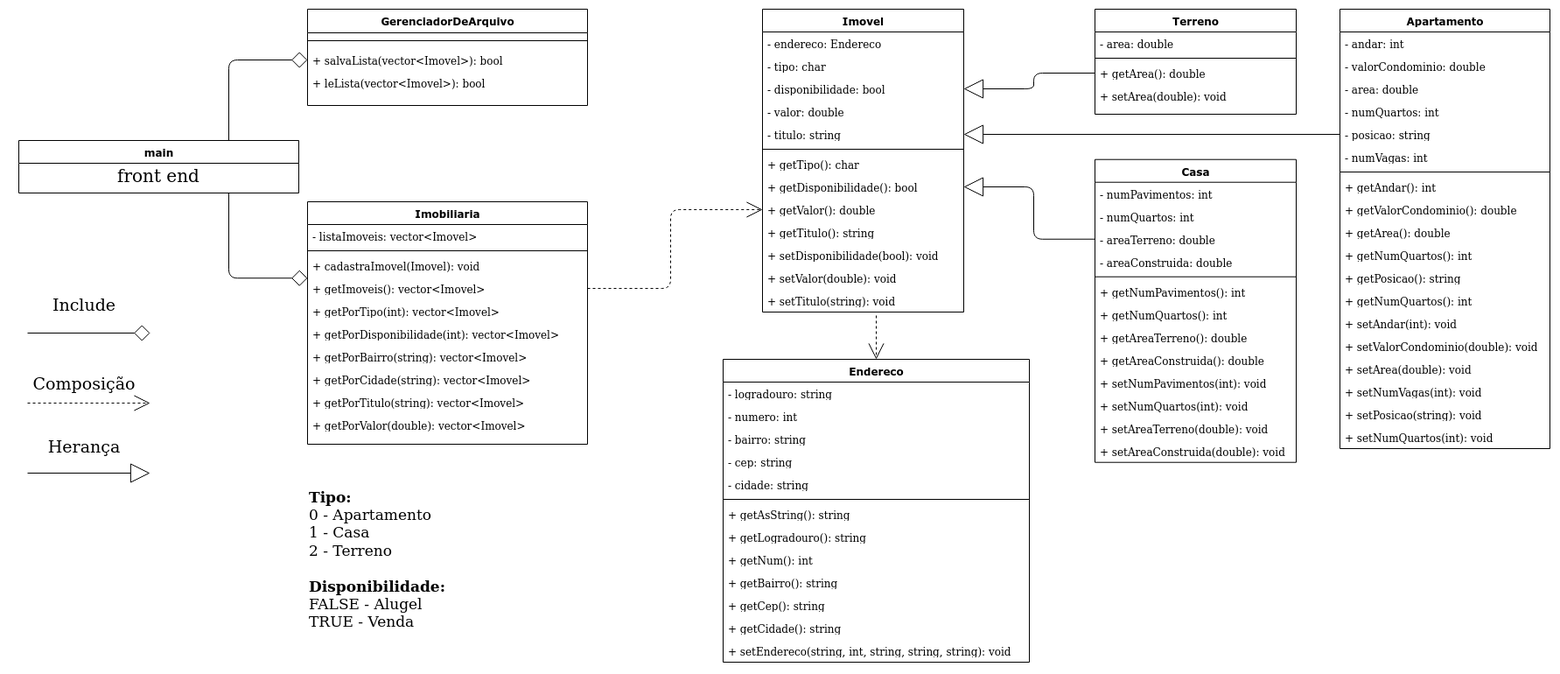
francisccdn/crud-imobiliaria-llp1 keeps this draw.io diagram as Object_Oriented/ImobiliariaC++.png. Above is the earlier version. Source tidied: cells renumbered, new cells last; positions are measured from the earlier drawing's top-left corner, leaving out a move shared by most shapes.
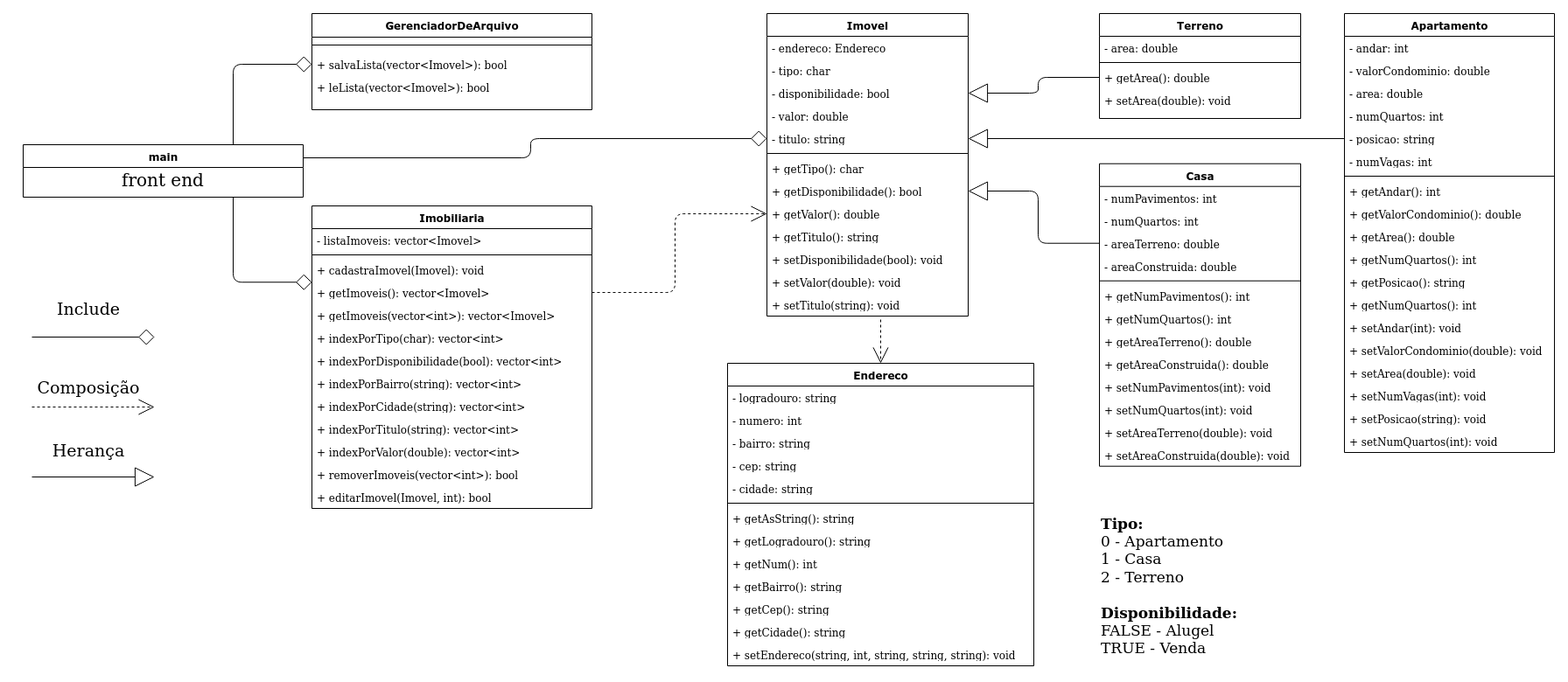
Later version of the same file.

Commit message:
Imobiliaria header

Change to the diagram source:
```diff
@@ -3,7 +3,7 @@
     <mxCell id="0" />
     <mxCell id="1" parent="0" />
     <mxCell id="2" value="Imobiliaria" style="swimlane;html=1;fontStyle=1;align=center;verticalAlign=top;horizontal=1;startSize=26;swimlaneFillColor=#ffffff;rounded=0;shadow=0;comic=0;labelBackgroundColor=none;strokeWidth=1;fillColor=none;fontFamily=Verdana;fontSize=12;" parent="1" vertex="1">
-      <mxGeometry x="330" y="220" width="320" height="277" as="geometry" />
+      <mxGeometry x="330" y="220" width="320" height="346" as="geometry" />
     </mxCell>
     <mxCell id="3" value="- listaImoveis: vector&amp;lt;Imovel&amp;gt; " style="text;html=1;strokeColor=none;fillColor=none;align=left;verticalAlign=top;spacingLeft=4;spacingRight=4;whiteSpace=wrap;overflow=hidden;" parent="2" vertex="1">
       <mxGeometry y="26" width="320" height="26" as="geometry" />
@@ -17,24 +17,33 @@
     <mxCell id="6" value="+ getImoveis(): vector&amp;lt;Imovel&amp;gt;" style="text;html=1;strokeColor=none;fillColor=none;align=left;verticalAlign=top;spacingLeft=4;spacingRight=4;whiteSpace=wrap;overflow=hidden;points=[[0,0.5],[1,0.5]];portConstraint=eastwest;" parent="2" vertex="1">
       <mxGeometry y="86" width="320" height="26" as="geometry" />
     </mxCell>
-    <mxCell id="7" value="+ getPorTipo(int): vector&amp;lt;Imovel&amp;gt; " style="text;html=1;strokeColor=none;fillColor=none;align=left;verticalAlign=top;spacingLeft=4;spacingRight=4;whiteSpace=wrap;overflow=hidden;" parent="2" vertex="1">
-      <mxGeometry y="112" width="320" height="26" as="geometry" />
-    </mxCell>
-    <mxCell id="8" value="+ getPorDisponibilidade(int): vector&amp;lt;Imovel&amp;gt;" style="text;html=1;strokeColor=none;fillColor=none;align=left;verticalAlign=top;spacingLeft=4;spacingRight=4;whiteSpace=wrap;overflow=hidden;" parent="2" vertex="1">
-      <mxGeometry y="138" width="320" height="26" as="geometry" />
-    </mxCell>
-    <mxCell id="9" value="+ getPorBairro(string): vector&amp;lt;Imovel&amp;gt;" style="text;html=1;strokeColor=none;fillColor=none;align=left;verticalAlign=top;spacingLeft=4;spacingRight=4;whiteSpace=wrap;overflow=hidden;" parent="2" vertex="1">
-      <mxGeometry y="164" width="320" height="26" as="geometry" />
-    </mxCell>
-    <mxCell id="10" value="+ getPorCidade(string): vector&amp;lt;Imovel&amp;gt;" style="text;html=1;strokeColor=none;fillColor=none;align=left;verticalAlign=top;spacingLeft=4;spacingRight=4;whiteSpace=wrap;overflow=hidden;" parent="2" vertex="1">
-      <mxGeometry y="190" width="320" height="26" as="geometry" />
-    </mxCell>
-    <mxCell id="11" value="+ getPorTitulo(string): vector&amp;lt;Imovel&amp;gt;" style="text;html=1;strokeColor=none;fillColor=none;align=left;verticalAlign=top;spacingLeft=4;spacingRight=4;whiteSpace=wrap;overflow=hidden;" parent="2" vertex="1">
-      <mxGeometry y="216" width="320" height="26" as="geometry" />
-    </mxCell>
-    <mxCell id="12" value="+ getPorValor(double): vector&amp;lt;Imovel&amp;gt;" style="text;html=1;strokeColor=none;fillColor=none;align=left;verticalAlign=top;spacingLeft=4;spacingRight=4;whiteSpace=wrap;overflow=hidden;" parent="2" vertex="1">
-      <mxGeometry y="242" width="320" height="26" as="geometry" />
-    </mxCell>
+    <mxCell id="100" value="+ getImoveis(vector&amp;lt;int&amp;gt;): vector&amp;lt;Imovel&amp;gt;" style="text;html=1;strokeColor=none;fillColor=none;align=left;verticalAlign=top;spacingLeft=4;spacingRight=4;whiteSpace=wrap;overflow=hidden;" parent="2" vertex="1">
+      <mxGeometry y="112" width="320" height="26" as="geometry" />
+    </mxCell>
+    <mxCell id="101" value="+ indexPorTipo(char): vector&amp;lt;int&amp;gt; " style="text;html=1;strokeColor=none;fillColor=none;align=left;verticalAlign=top;spacingLeft=4;spacingRight=4;whiteSpace=wrap;overflow=hidden;" parent="2" vertex="1">
+      <mxGeometry y="138" width="320" height="26" as="geometry" />
+    </mxCell>
+    <mxCell id="102" value="+ indexPorDisponibilidade(bool): vector&amp;lt;int&amp;gt;" style="text;html=1;strokeColor=none;fillColor=none;align=left;verticalAlign=top;spacingLeft=4;spacingRight=4;whiteSpace=wrap;overflow=hidden;" parent="2" vertex="1">
+      <mxGeometry y="164" width="320" height="26" as="geometry" />
+    </mxCell>
+    <mxCell id="103" value="+ indexPorBairro(string): vector&amp;lt;int&amp;gt;" style="text;html=1;strokeColor=none;fillColor=none;align=left;verticalAlign=top;spacingLeft=4;spacingRight=4;whiteSpace=wrap;overflow=hidden;" parent="2" vertex="1">
+      <mxGeometry y="190" width="320" height="26" as="geometry" />
+    </mxCell>
+    <mxCell id="104" value="+ indexPorCidade(string): vector&amp;lt;int&amp;gt;" style="text;html=1;strokeColor=none;fillColor=none;align=left;verticalAlign=top;spacingLeft=4;spacingRight=4;whiteSpace=wrap;overflow=hidden;" parent="2" vertex="1">
+      <mxGeometry y="216" width="320" height="26" as="geometry" />
+    </mxCell>
+    <mxCell id="105" value="+ indexPorTitulo(string): vector&amp;lt;int&amp;gt;" style="text;html=1;strokeColor=none;fillColor=none;align=left;verticalAlign=top;spacingLeft=4;spacingRight=4;whiteSpace=wrap;overflow=hidden;" parent="2" vertex="1">
+      <mxGeometry y="242" width="320" height="26" as="geometry" />
+    </mxCell>
+    <mxCell id="106" value="+ indexPorValor(double): vector&amp;lt;int&amp;gt;" style="text;html=1;strokeColor=none;fillColor=none;align=left;verticalAlign=top;spacingLeft=4;spacingRight=4;whiteSpace=wrap;overflow=hidden;" parent="2" vertex="1">
+      <mxGeometry y="268" width="320" height="26" as="geometry" />
+    </mxCell>
+    <mxCell id="107" value="+ removerImoveis(vector&amp;lt;int&amp;gt;): bool" style="text;html=1;strokeColor=none;fillColor=none;align=left;verticalAlign=top;spacingLeft=4;spacingRight=4;whiteSpace=wrap;overflow=hidden;" parent="2" vertex="1">
+      <mxGeometry y="294" width="320" height="26" as="geometry" />
+    </mxCell>
+    <mxCell id="108" value="+ editarImovel(Imovel, int): bool" style="text;html=1;strokeColor=none;fillColor=none;align=left;verticalAlign=top;spacingLeft=4;spacingRight=4;whiteSpace=wrap;overflow=hidden;" parent="2" vertex="1">
+      <mxGeometry y="320" width="320" height="26" as="geometry" />
+    </mxCell>
     <mxCell id="13" value="Imovel" style="swimlane;html=1;fontStyle=1;align=center;verticalAlign=top;horizontal=1;startSize=26;swimlaneFillColor=#ffffff;rounded=0;shadow=0;comic=0;labelBackgroundColor=none;strokeWidth=1;fillColor=none;fontFamily=Verdana;fontSize=12;" parent="1" vertex="1">
       <mxGeometry x="850" width="230" height="346" as="geometry" />
     </mxCell>
@@ -242,6 +251,9 @@
     <mxCell id="81" style="edgeStyle=orthogonalEdgeStyle;rounded=1;jettySize=auto;html=1;exitX=0.75;exitY=1;exitDx=0;exitDy=0;entryX=0;entryY=0.049;entryDx=0;entryDy=0;entryPerimeter=0;endArrow=diamond;endFill=0;endSize=16;" parent="1" edge="1" source="82" target="6">
       <mxGeometry relative="1" as="geometry" />
     </mxCell>
+    <mxCell id="109" style="edgeStyle=orthogonalEdgeStyle;rounded=1;jettySize=auto;html=1;exitX=1;exitY=0.25;exitDx=0;exitDy=0;entryX=0;entryY=0.5;entryDx=0;entryDy=0;endArrow=diamond;endFill=0;endSize=16;" parent="1" edge="1" source="82" target="18">
+      <mxGeometry relative="1" as="geometry" />
+    </mxCell>
     <mxCell id="82" value="main" style="swimlane;html=1;fontStyle=1;align=center;verticalAlign=top;horizontal=1;startSize=26;swimlaneFillColor=#ffffff;rounded=0;shadow=0;comic=0;labelBackgroundColor=none;strokeWidth=1;fillColor=none;fontFamily=Verdana;fontSize=12;" parent="1" vertex="1">
       <mxGeometry y="150" width="320" height="60" as="geometry" />
     </mxCell>
@@ -272,29 +284,29 @@
     <mxCell id="91" style="edgeStyle=orthogonalEdgeStyle;rounded=1;jettySize=auto;html=1;exitX=0;exitY=0.5;exitDx=0;exitDy=0;endArrow=block;endFill=0;endSize=20;" parent="1" edge="1" source="30" target="21">
       <mxGeometry relative="1" as="geometry" />
     </mxCell>
-    <mxCell id="92" style="endArrow=open;html=1;endSize=16;endFill=0;dashed=1;entryX=0.5;entryY=0;entryDx=0;entryDy=0;" parent="1" edge="1" target="66">
-      <mxGeometry relative="1" as="geometry">
-        <mxPoint x="980" y="350" as="sourcePoint" />
-      </mxGeometry>
-    </mxCell>
-    <mxCell id="93" style="edgeStyle=orthogonalEdgeStyle;rounded=1;orthogonalLoop=1;jettySize=auto;html=1;endArrow=diamond;endFill=0;endSize=16;" parent="1" edge="1">
-      <mxGeometry relative="1" as="geometry">
-        <mxPoint x="10" y="370" as="sourcePoint" />
-        <mxPoint x="150" y="370" as="targetPoint" />
-      </mxGeometry>
-    </mxCell>
-    <mxCell id="94" style="endArrow=open;html=1;dashed=1;endFill=0;endSize=16;" parent="1" edge="1">
-      <mxGeometry relative="1" as="geometry">
-        <mxPoint x="10" y="450" as="sourcePoint" />
-        <mxPoint x="150" y="450" as="targetPoint" />
-      </mxGeometry>
-    </mxCell>
-    <mxCell id="95" style="endArrow=block;html=1;endFill=0;strokeWidth=1;endSize=20;" parent="1" edge="1">
-      <mxGeometry relative="1" as="geometry">
-        <mxPoint x="10" y="530" as="sourcePoint" />
-        <mxPoint x="150" y="530" as="targetPoint" />
-      </mxGeometry>
-    </mxCell>
+    <mxCell id="110" style="endArrow=open;html=1;endSize=16;endFill=0;dashed=1;entryX=0.5;entryY=0;entryDx=0;entryDy=0;" parent="1" edge="1" target="66">
+      <mxGeometry relative="1" as="geometry">
+        <mxPoint x="980" y="350" as="sourcePoint" />
+      </mxGeometry>
+    </mxCell>
+    <mxCell id="111" style="edgeStyle=orthogonalEdgeStyle;rounded=1;orthogonalLoop=1;jettySize=auto;html=1;endArrow=diamond;endFill=0;endSize=16;" parent="1" edge="1">
+      <mxGeometry relative="1" as="geometry">
+        <mxPoint x="10" y="370" as="sourcePoint" />
+        <mxPoint x="150" y="370" as="targetPoint" />
+      </mxGeometry>
+    </mxCell>
+    <mxCell id="112" style="endArrow=open;html=1;dashed=1;endFill=0;endSize=16;" parent="1" edge="1">
+      <mxGeometry relative="1" as="geometry">
+        <mxPoint x="10" y="450" as="sourcePoint" />
+        <mxPoint x="150" y="450" as="targetPoint" />
+      </mxGeometry>
+    </mxCell>
+    <mxCell id="113" style="endArrow=block;html=1;endFill=0;strokeWidth=1;endSize=20;" parent="1" edge="1">
+      <mxGeometry relative="1" as="geometry">
+        <mxPoint x="10" y="530" as="sourcePoint" />
+        <mxPoint x="150" y="530" as="targetPoint" />
+      </mxGeometry>
+    </mxCell>
     <mxCell id="96" value="Include" style="text;html=1;strokeColor=none;fillColor=none;align=center;verticalAlign=middle;whiteSpace=wrap;rounded=0;fontSize=19;" parent="1" vertex="1">
       <mxGeometry x="10" y="320" width="130" height="36" as="geometry" />
     </mxCell>
@@ -305,7 +317,7 @@
       <mxGeometry x="10" y="481.7" width="130" height="36" as="geometry" />
     </mxCell>
     <mxCell id="99" value="&lt;div style=&quot;font-size: 17px&quot; align=&quot;left&quot;&gt;&lt;font style=&quot;font-size: 17px&quot;&gt;&lt;b&gt;Tipo:&lt;/b&gt;&lt;br&gt;&lt;/font&gt;&lt;/div&gt;&lt;div style=&quot;font-size: 17px&quot; align=&quot;left&quot;&gt;&lt;font style=&quot;font-size: 17px&quot;&gt;0 - Apartamento&lt;/font&gt;&lt;/div&gt;&lt;div style=&quot;font-size: 17px&quot; align=&quot;left&quot;&gt;&lt;font style=&quot;font-size: 17px&quot;&gt;1 - Casa&lt;/font&gt;&lt;/div&gt;&lt;div style=&quot;font-size: 17px&quot; align=&quot;left&quot;&gt;&lt;font style=&quot;font-size: 17px&quot;&gt;2 - Terreno&lt;/font&gt;&lt;/div&gt;&lt;div style=&quot;font-size: 17px&quot; align=&quot;left&quot;&gt;&lt;font style=&quot;font-size: 17px&quot;&gt;&lt;br&gt;&lt;/font&gt;&lt;/div&gt;&lt;div style=&quot;font-size: 17px&quot; align=&quot;left&quot;&gt;&lt;font style=&quot;font-size: 17px&quot;&gt;&lt;b&gt;Disponibilidade:&lt;/b&gt;&lt;br&gt;&lt;/font&gt;&lt;/div&gt;&lt;div style=&quot;font-size: 17px&quot; align=&quot;left&quot;&gt;&lt;font style=&quot;font-size: 17px&quot;&gt;FALSE - Alugel&lt;/font&gt;&lt;/div&gt;&lt;div style=&quot;font-size: 17px&quot; align=&quot;left&quot;&gt;&lt;font style=&quot;font-size: 17px&quot;&gt;TRUE - Venda&lt;br&gt;&lt;/font&gt;&lt;/div&gt;" style="text;html=1;strokeColor=none;fillColor=none;align=left;verticalAlign=middle;whiteSpace=wrap;rounded=0;" parent="1" vertex="1">
-      <mxGeometry x="330" y="517.7" width="320" height="222.3" as="geometry" />
+      <mxGeometry x="1230" y="563.7" width="320" height="182.3" as="geometry" />
     </mxCell>
   </root>
 </mxGraphModel>
```
